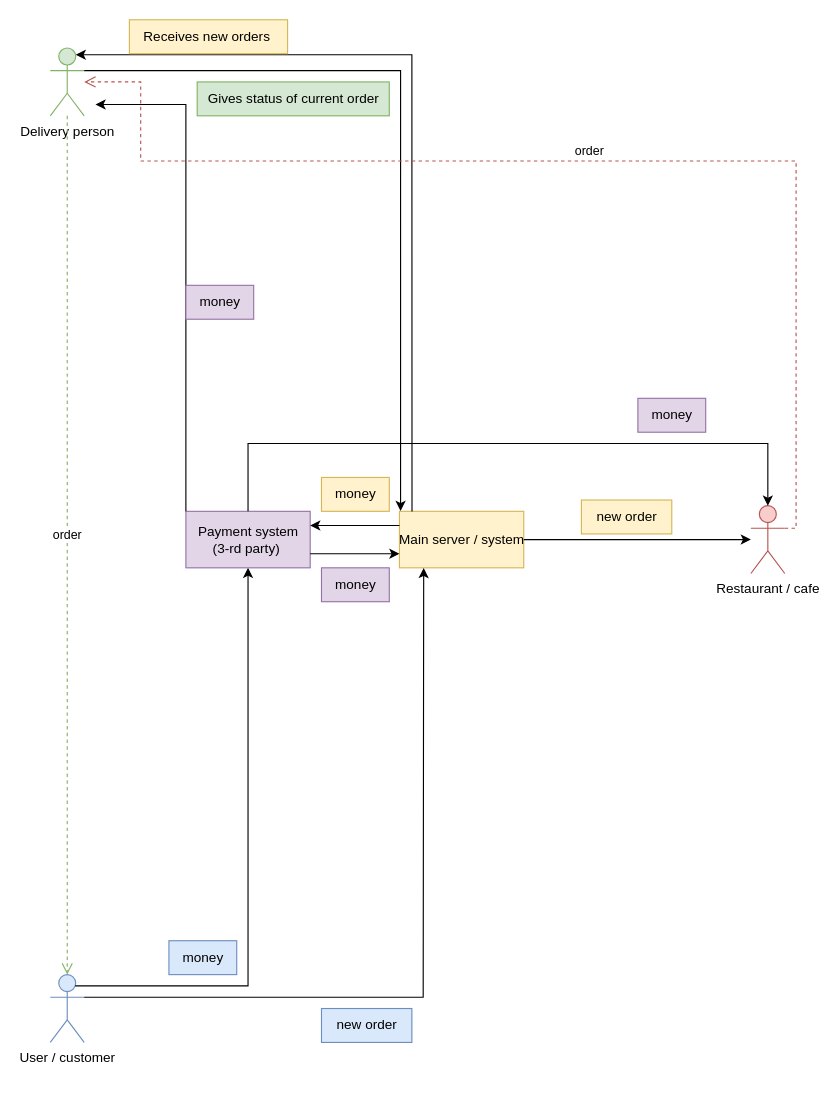
This is dia1.drawio from Anton-beep/task33, a draw.io file, before an edit. Source tidied: cells renumbered, new cells numbered last; positions are measured from the earlier drawing's top-left corner, leaving out a move shared by most shapes. Both pictures are drawn from the tidied source at 113%, with x=0, y=0 at pixel (50, 19).
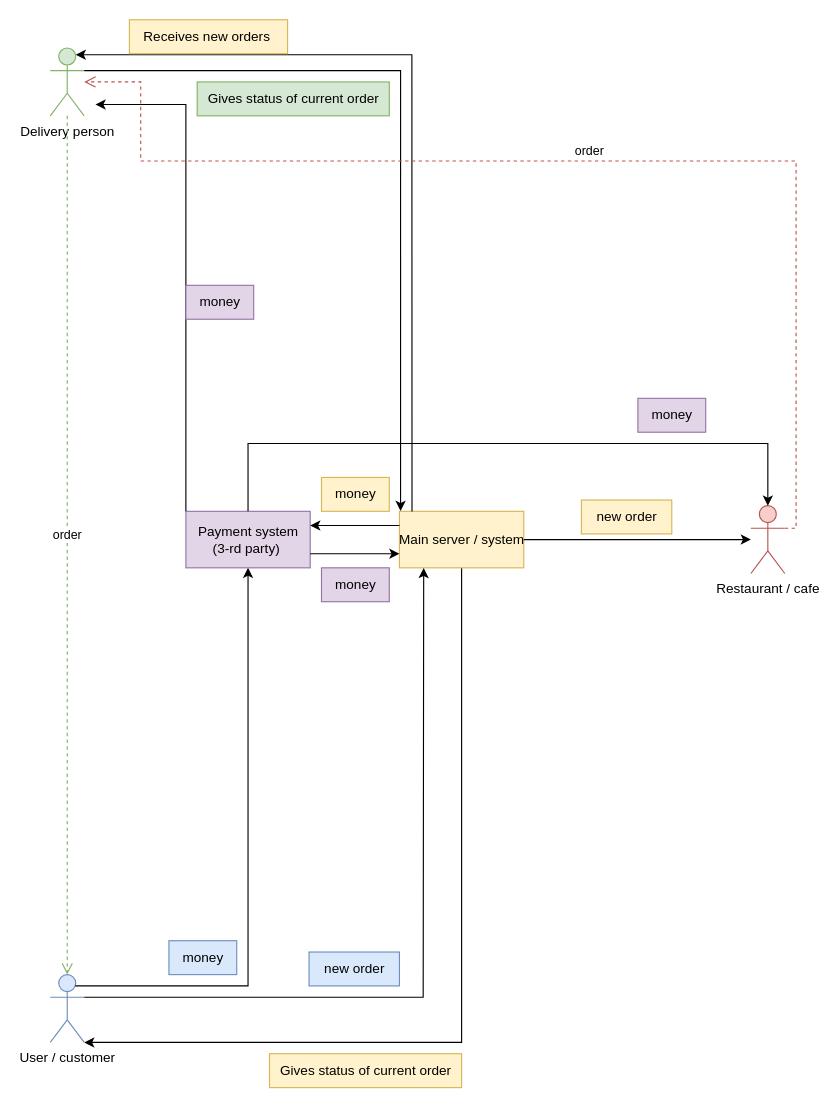
The same page after the edit.

Unchanged cells that the change refers to:
```xml
<mxCell id="3" value="Main server / system" style="html=1;fillColor=#fff2cc;strokeColor=#d6b656;" parent="1" vertex="1">
  <mxGeometry x="309" y="435" width="110" height="50" as="geometry" />
</mxCell>
<mxCell id="9" value="User / customer" style="shape=umlActor;verticalLabelPosition=bottom;verticalAlign=top;html=1;outlineConnect=0;fillColor=#dae8fc;strokeColor=#6c8ebf;" parent="1" vertex="1">
  <mxGeometry y="845" width="30" height="60" as="geometry" />
</mxCell>
```

What changed in the source:
```diff
@@
+    <mxCell id="27" style="edgeStyle=orthogonalEdgeStyle;rounded=0;jettySize=auto;html=1;exitX=0.5;exitY=1;exitDx=0;exitDy=0;entryX=1;entryY=1;entryDx=0;entryDy=0;entryPerimeter=0;" parent="1" edge="1" source="3" target="9">
+      <mxGeometry relative="1" as="geometry">
+        <Array as="points">
+          <mxPoint x="364" y="905" />
+        </Array>
+      </mxGeometry>
+    </mxCell>
@@
     <mxCell id="11" value="new order" style="text;html=1;align=center;verticalAlign=middle;strokeColor=#6c8ebf;fillColor=#dae8fc;" parent="1" vertex="1">
-      <mxGeometry x="240" y="875" width="80" height="30" as="geometry" />
+      <mxGeometry x="229" y="825" width="80" height="30" as="geometry" />
     </mxCell>
@@
+    <mxCell id="28" value="Gives status of current order" style="text;html=1;align=center;verticalAlign=middle;strokeColor=#d6b656;fillColor=#fff2cc;" parent="1" vertex="1">
+      <mxGeometry x="194" y="915" width="170" height="30" as="geometry" />
+    </mxCell>
```
